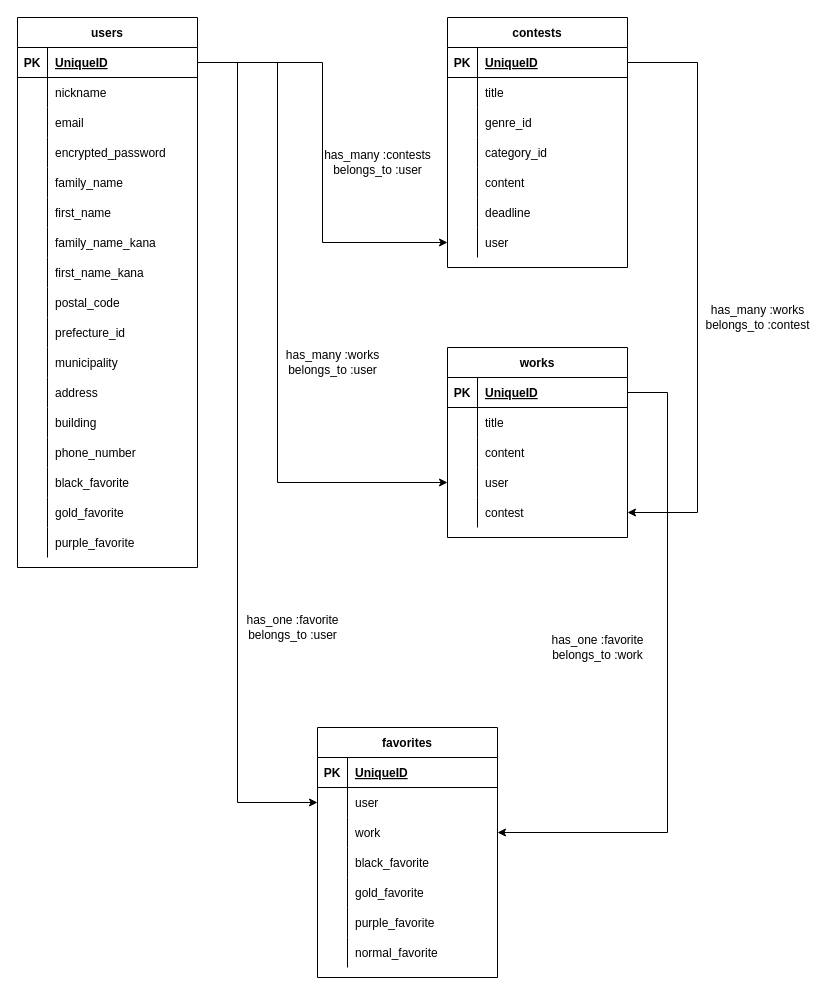
tokiya-takai/moroheiya keeps this draw.io diagram as e-r.dio. Above is the earlier version. Source tidied: cells renumbered, new cells numbered last; positions are measured from the earlier drawing's top-left corner, leaving out a move shared by most shapes. Both pictures are drawn from the tidied source at 100%, with x=0, y=0 at pixel (17, 17).
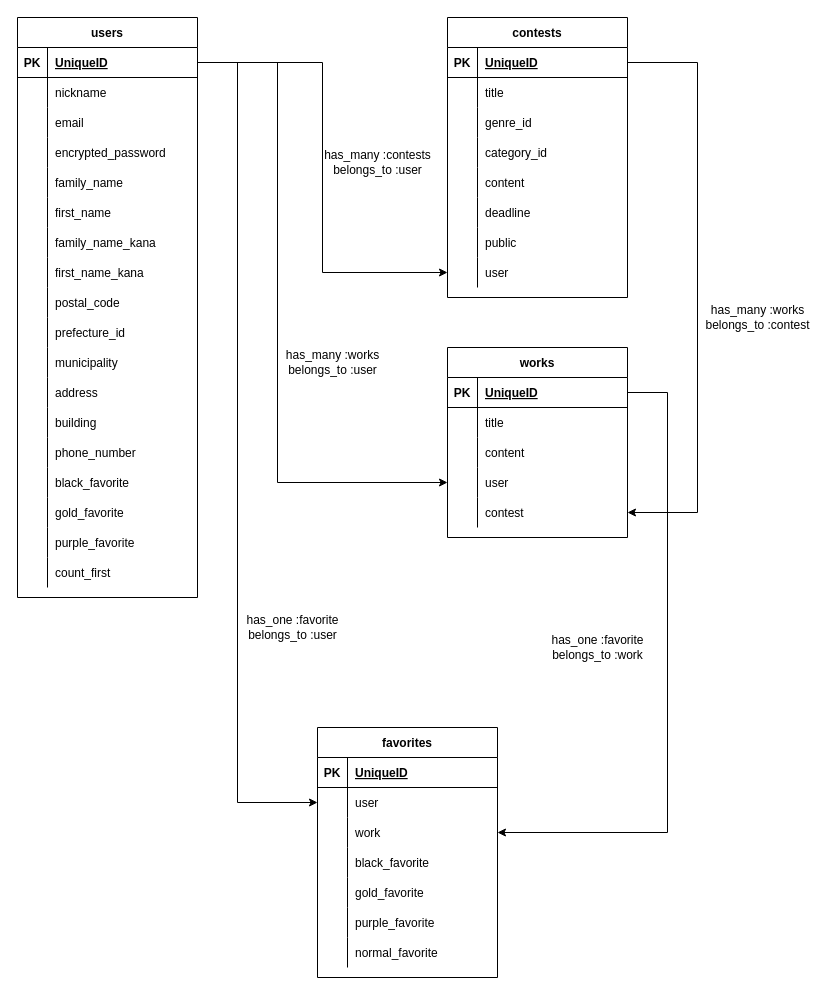
The same page after the edit.

Change to the diagram source:
```diff
@@
     <mxCell id="2" value="users" style="shape=table;startSize=30;childLayout=tableLayout;rowLines=0;fontStyle=1;align=center;" parent="1" vertex="1">
-      <mxGeometry width="180" height="550" as="geometry" />
+      <mxGeometry width="180" height="580" as="geometry" />
     </mxCell>
@@
+    <mxCell id="124" style="shape=partialRectangle;fillColor=none;top=0;left=0;bottom=0;right=0;" parent="2" vertex="1">
+      <mxGeometry y="540" width="180" height="30" as="geometry" />
+    </mxCell>
+    <mxCell id="125" style="shape=partialRectangle;fillColor=none;top=0;left=0;bottom=0;right=0;overflow=hidden;" parent="124" vertex="1">
+      <mxGeometry width="30" height="30" as="geometry" />
+    </mxCell>
+    <mxCell id="126" value="count_first" style="shape=partialRectangle;fillColor=none;top=0;left=0;bottom=0;right=0;align=left;spacingLeft=6;overflow=hidden;" parent="124" vertex="1">
+      <mxGeometry x="30" width="150" height="30" as="geometry" />
+    </mxCell>
     <mxCell id="54" value="contests" style="shape=table;startSize=30;childLayout=tableLayout;rowLines=0;fontStyle=1;align=center;" parent="1" vertex="1">
-      <mxGeometry x="430" width="180" height="250" as="geometry" />
+      <mxGeometry x="430" width="180" height="280" as="geometry" />
     </mxCell>
@@
+    <mxCell id="127" style="shape=partialRectangle;fillColor=none;top=0;left=0;bottom=0;right=0;" parent="54" vertex="1">
+      <mxGeometry y="210" width="180" height="30" as="geometry" />
+    </mxCell>
+    <mxCell id="128" style="shape=partialRectangle;fillColor=none;top=0;left=0;bottom=0;right=0;overflow=hidden;" parent="127" vertex="1">
+      <mxGeometry width="30" height="30" as="geometry" />
+    </mxCell>
+    <mxCell id="129" value="public" style="shape=partialRectangle;fillColor=none;top=0;left=0;bottom=0;right=0;align=left;spacingLeft=6;overflow=hidden;" parent="127" vertex="1">
+      <mxGeometry x="30" width="150" height="30" as="geometry" />
+    </mxCell>
     <mxCell id="73" style="shape=partialRectangle;fillColor=none;top=0;left=0;bottom=0;right=0;points=[[0,0.5],[1,0.5]];portConstraint=eastwest;" parent="54" vertex="1">
-      <mxGeometry y="210" width="180" height="30" as="geometry" />
+      <mxGeometry y="240" width="180" height="30" as="geometry" />
     </mxCell>
```
